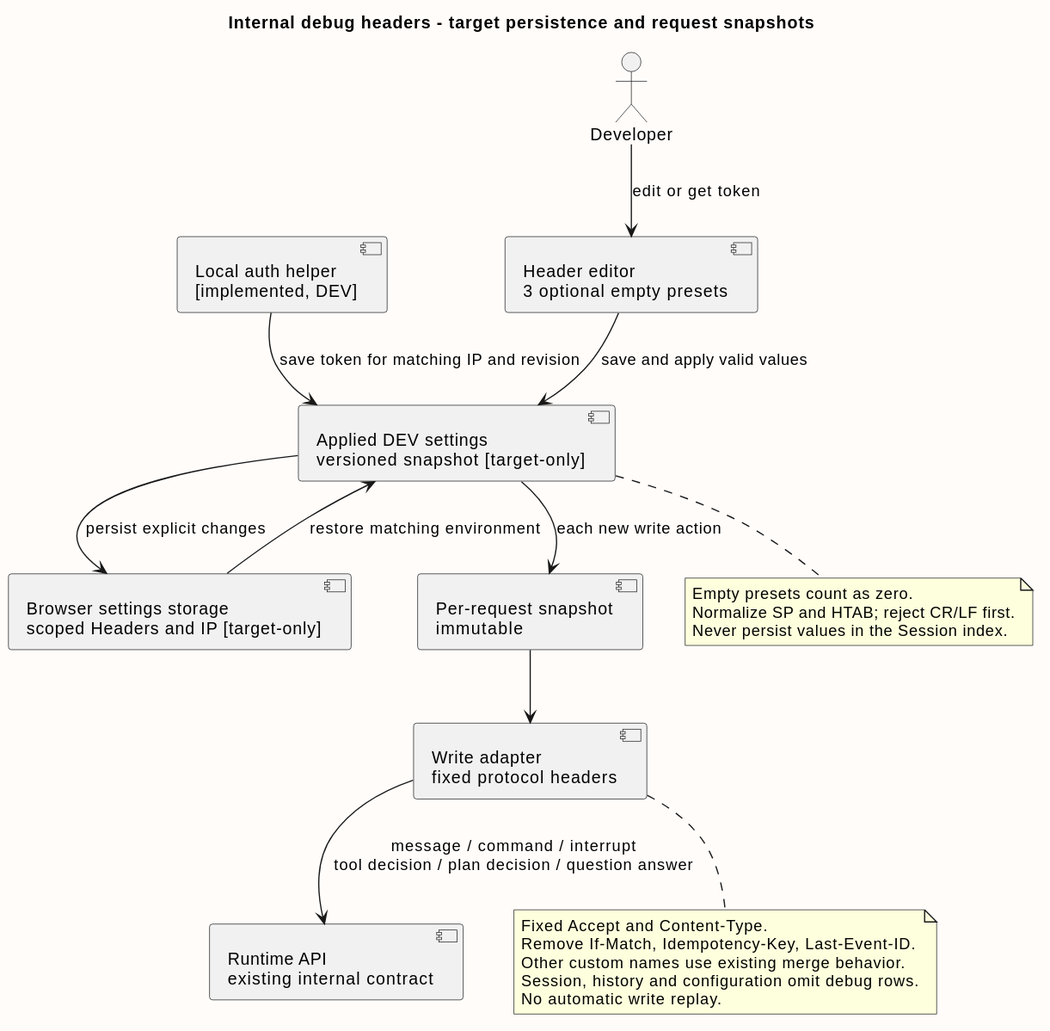
Before: 07-前端设计/技术设计/frontend_debug_header_flow.svg, a diagram exported from PlantUML (ssm0808/pi-mono-java-design). Source of this version:
```plantuml
@startuml
title Internal debug headers - target persistence and request snapshots
top to bottom direction
skinparam backgroundColor #FFFCFA
skinparam shadowing false
component "Header editor\n3 optional empty presets" as Editor
component "Applied DEV settings\nversioned snapshot [target-only]" as Store
component "Browser settings storage\nscoped Headers and IP [target-only]" as ConfigStorage
component "Per-request snapshot\nimmutable" as Snapshot
component "Write adapter\nfixed protocol headers" as Adapter
component "Runtime API\nexisting internal contract" as Runtime
component "Local auth helper\n[implemented, DEV]" as Auth
actor Developer
Developer --> Editor : edit or get token
Auth --> Store : save token for matching IP and revision
Editor --> Store : save and apply valid values
Store --> ConfigStorage : persist explicit changes
ConfigStorage --> Store : restore matching environment
Store --> Snapshot : each new write action
Snapshot --> Adapter
Adapter --> Runtime : message / command / interrupt\ntool decision / plan decision / question answer
note bottom of Store
  Empty presets count as zero.
  Normalize SP and HTAB; reject CR/LF first.
  Never persist values in the Session index.
end note
note bottom of Adapter
  Fixed Accept and Content-Type.
  Remove If-Match, Idempotency-Key, Last-Event-ID.
  Other custom names use existing merge behavior.
  Session, history and configuration omit debug rows.
  No automatic write replay.
end note
@enduml
```
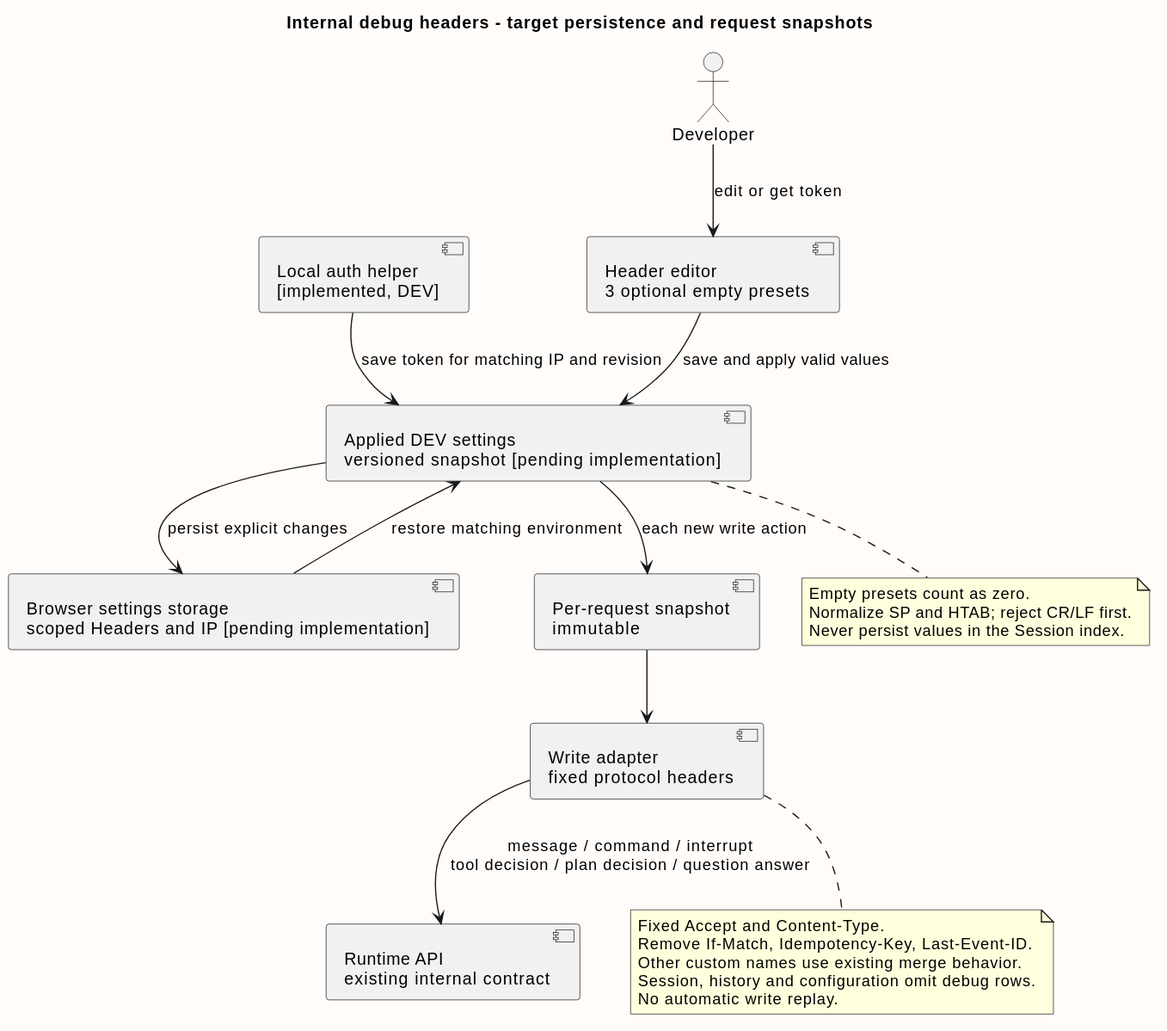
Above is the later version.

What changed in the source:
```diff
@@ -4,8 +4,8 @@
 skinparam backgroundColor #FFFCFA
 skinparam shadowing false
 component "Header editor\n3 optional empty presets" as Editor
-component "Applied DEV settings\nversioned snapshot [target-only]" as Store
-component "Browser settings storage\nscoped Headers and IP [target-only]" as ConfigStorage
+component "Applied DEV settings\nversioned snapshot [pending implementation]" as Store
+component "Browser settings storage\nscoped Headers and IP [pending implementation]" as ConfigStorage
 component "Per-request snapshot\nimmutable" as Snapshot
 component "Write adapter\nfixed protocol headers" as Adapter
 component "Runtime API\nexisting internal contract" as Runtime
```
